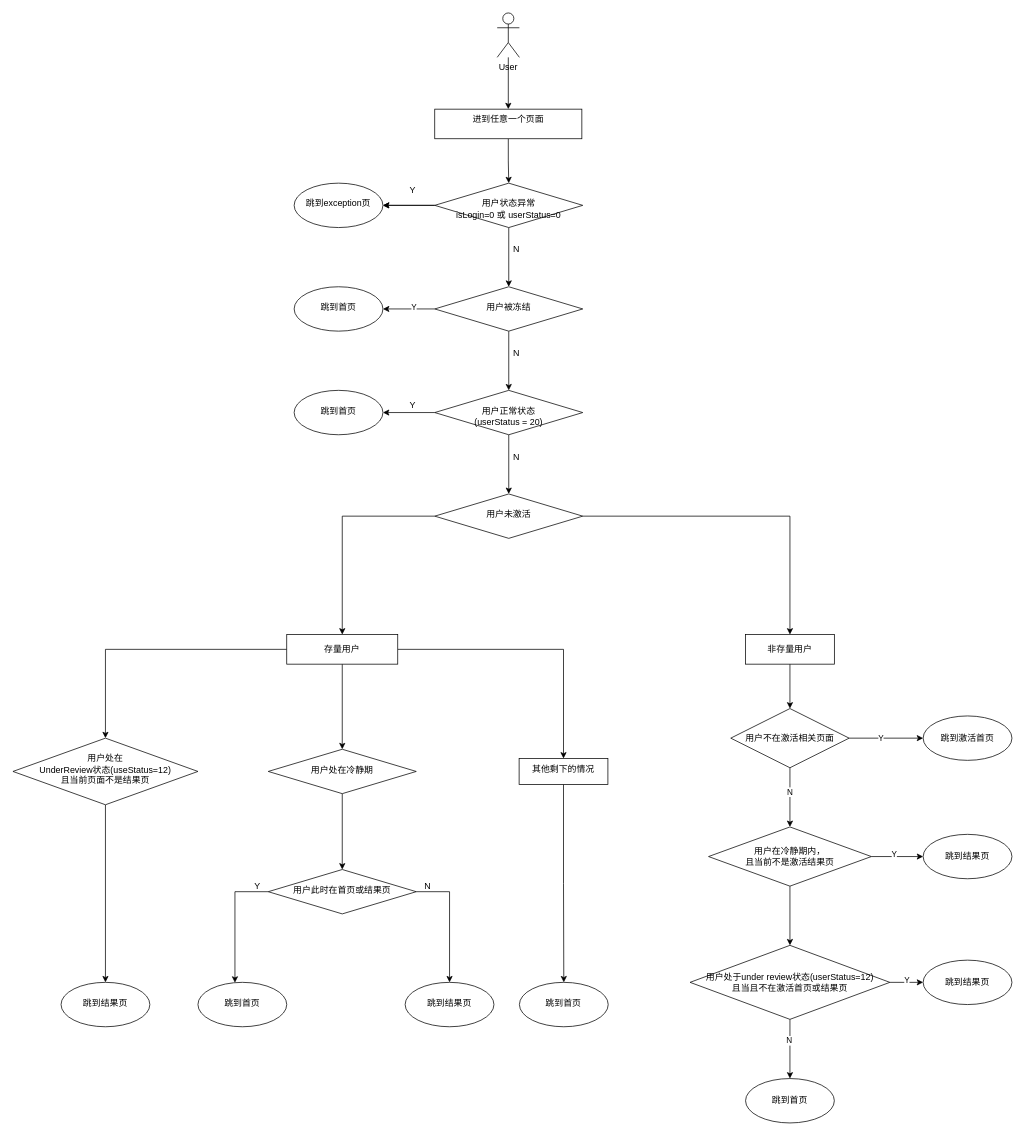
landiy/drawio-repo keeps this draw.io diagram as FES_PC_页面判断逻辑.drawio. Above is the earlier version. Source tidied: cells renumbered, new cells numbered last; positions are measured from the earlier drawing's top-left corner, leaving out a move shared by most shapes. Both pictures are drawn from the tidied source at 74%, with x=0, y=0 at pixel (13, 13).
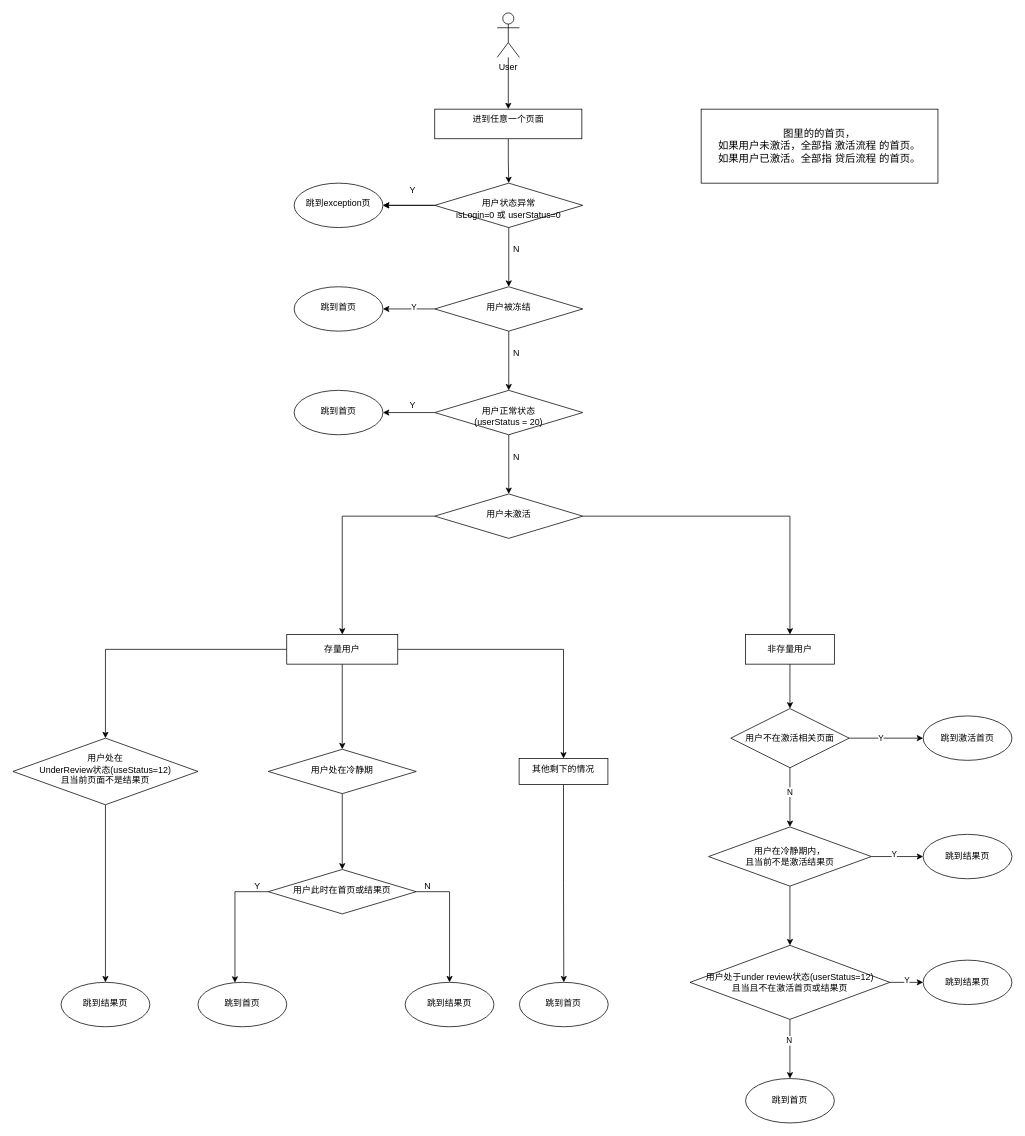
The same diagram, later.

Commit message (it also covers changes not shown here):
Update FES_PC_页面判断逻辑.drawio

Diff of the diagram source:
```diff
@@
+    <mxCell id="67" value="&lt;font style=&quot;font-size: 14px&quot;&gt;图里的的首页，&lt;br&gt;&lt;div&gt;&lt;span&gt;如果用户未激活，全部指 激活流程 的首页。&lt;/span&gt;&lt;/div&gt;如果用户已激活。全部指 贷后流程 的首页。&lt;/font&gt;" style="whiteSpace=wrap;html=1;align=center;" parent="1" vertex="1">
+      <mxGeometry x="930" y="130" width="320" height="100" as="geometry" />
+    </mxCell>
```
